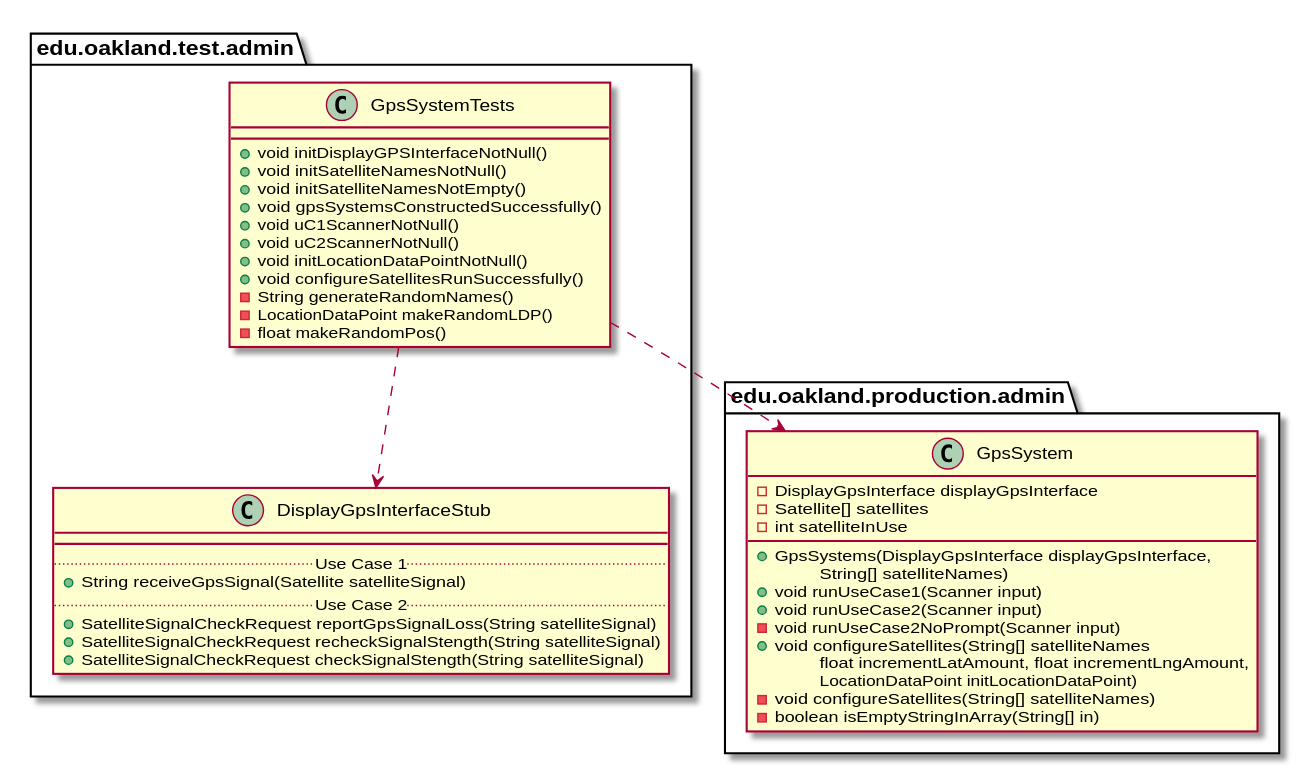
Earlier version of the PlantUML export docs/uml-class-diagrams/admin/test/GpsSystemTests/GpsSystemTests_DirectDependencies.svg (andrewdimmer/csi-3370-software-project).
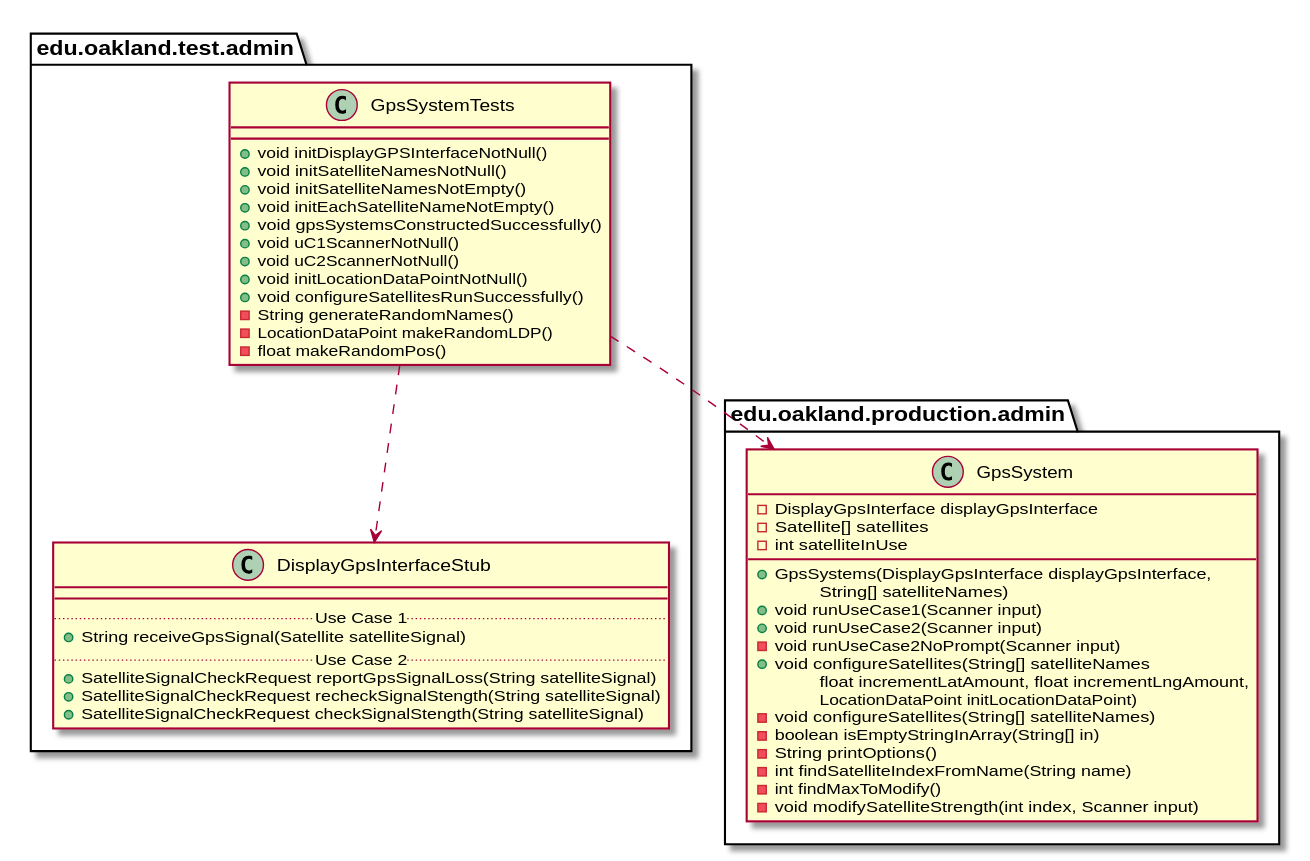
Later version of the same file.

The edit, as a diff of the source:
```diff
@@ -6,6 +6,7 @@
         + void initDisplayGPSInterfaceNotNull()
         + void initSatelliteNamesNotNull()
         + void initSatelliteNamesNotEmpty()
+        + void initEachSatelliteNameNotEmpty()
         + void gpsSystemsConstructedSuccessfully()
         + void uC1ScannerNotNull()
         + void uC2ScannerNotNull()
@@ -50,6 +51,10 @@
         \tLocationDataPoint initLocationDataPoint)
         - void configureSatellites(String[] satelliteNames)
         - boolean isEmptyStringInArray(String[] in)
+        - String printOptions()
+        - int findSatelliteIndexFromName(String name)
+        - int findMaxToModify()
+        - void modifySatelliteStrength(int index, Scanner input)
     }
 }
 
```
